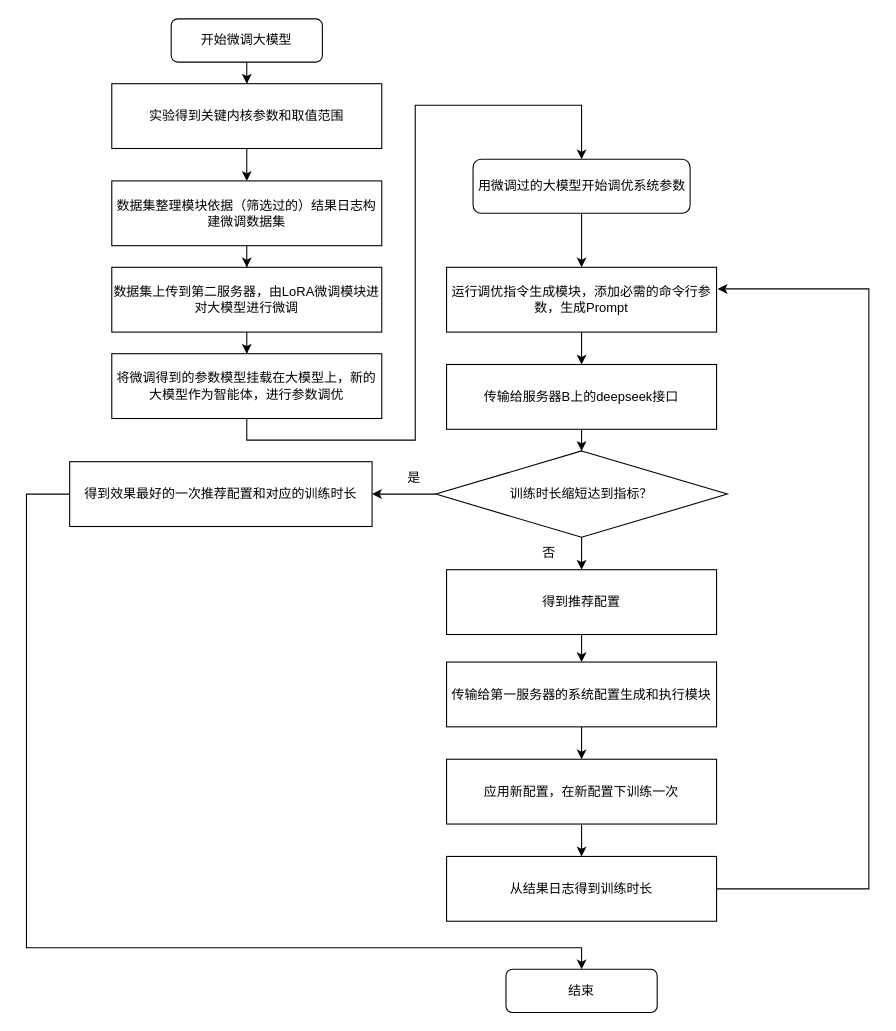
Dong-J93/_pictures keeps this draw.io diagram as page "第 7 页" (7 of 7) of Agent-1.drawio. Above is the earlier version. Source tidied: cells renumbered, new cells numbered last; positions are measured from the earlier drawing's top-left corner, leaving out a move shared by most shapes. Both pictures are drawn from the tidied source at 108%, with x=0, y=0 at pixel (26, 18).
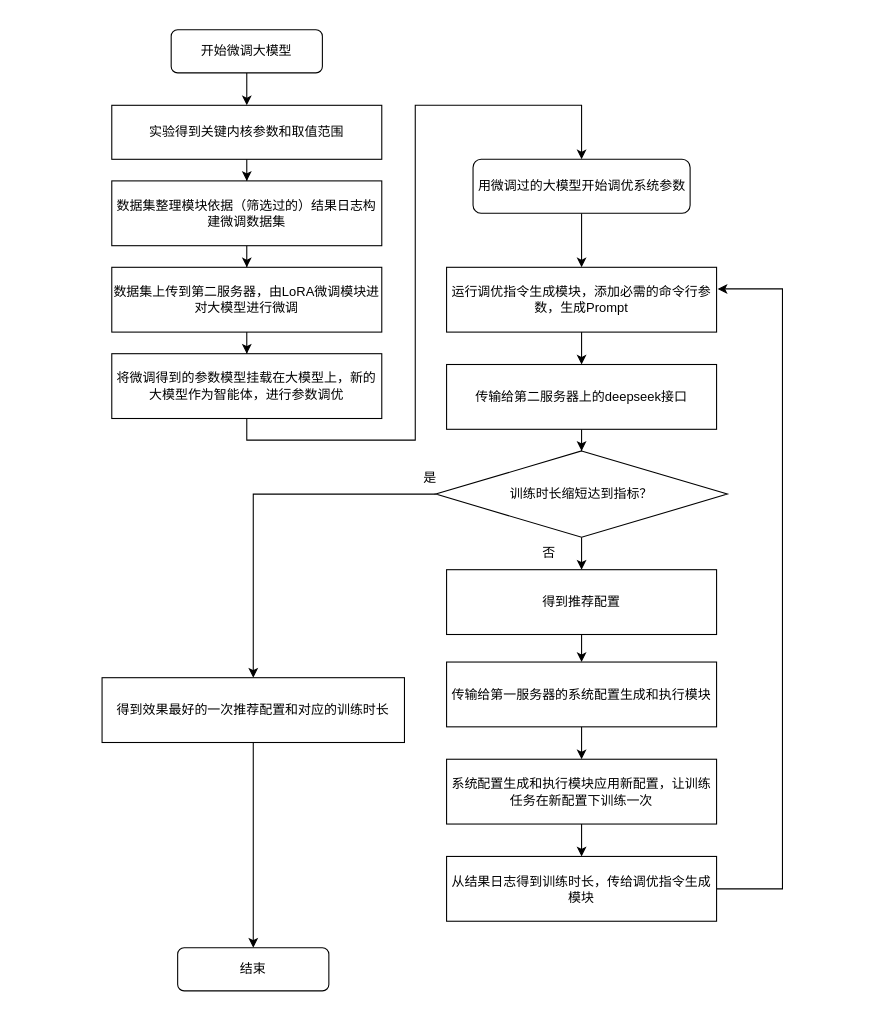
After the change.

The edit, as a diff of the source:
```diff
@@
-    <mxCell id="7" value="传输给服务器B上的deepseek接口" style="rounded=0;whiteSpace=wrap;html=1;" parent="1" vertex="1">
+    <mxCell id="7" value="传输给第二服务器上的deepseek接口" style="rounded=0;whiteSpace=wrap;html=1;" parent="1" vertex="1">
       <mxGeometry x="389" y="320" width="250" height="60" as="geometry" />
     </mxCell>
@@
-    <mxCell id="13" value="应用新配置，在新配置下训练一次" style="rounded=0;whiteSpace=wrap;html=1;" parent="1" vertex="1">
+    <mxCell id="13" value="系统配置生成和执行模块应用新配置，让训练任务在新配置下训练一次" style="rounded=0;whiteSpace=wrap;html=1;" parent="1" vertex="1">
       <mxGeometry x="389" y="685.5" width="250" height="60" as="geometry" />
     </mxCell>
     <mxCell id="14" style="edgeStyle=orthogonalEdgeStyle;rounded=0;jettySize=auto;html=1;" parent="1" edge="1" source="15">
       <mxGeometry relative="1" as="geometry">
         <mxPoint x="640" y="250" as="targetPoint" />
         <Array as="points">
-          <mxPoint x="780" y="805.5" />
-          <mxPoint x="780" y="250" />
+          <mxPoint x="700" y="806" />
+          <mxPoint x="700" y="250" />
         </Array>
       </mxGeometry>
     </mxCell>
-    <mxCell id="15" value="从结果日志得到训练时长" style="rounded=0;whiteSpace=wrap;html=1;" parent="1" vertex="1">
+    <mxCell id="15" value="从结果日志得到训练时长，传给调优指令生成模块" style="rounded=0;whiteSpace=wrap;html=1;" parent="1" vertex="1">
       <mxGeometry x="389" y="775.5" width="250" height="60" as="geometry" />
     </mxCell>
@@
     <mxCell id="20" value="是" style="text;html=1;align=center;verticalAlign=middle;whiteSpace=wrap;rounded=0;" parent="1" vertex="1">
-      <mxGeometry x="329" y="410" width="60" height="30" as="geometry" />
+      <mxGeometry x="344" y="410" width="60" height="30" as="geometry" />
     </mxCell>
     <mxCell id="21" style="edgeStyle=orthogonalEdgeStyle;rounded=0;jettySize=auto;html=1;" parent="1" edge="1" source="22" target="23">
       <mxGeometry relative="1" as="geometry">
         <Array as="points">
-          <mxPoint y="440" />
-          <mxPoint y="860" />
-          <mxPoint x="514" y="860" />
+          <mxPoint x="210" y="870" />
+          <mxPoint x="210" y="870" />
         </Array>
       </mxGeometry>
     </mxCell>
     <mxCell id="22" value="得到效果最好的一次推荐配置和对应的训练时长" style="rounded=0;whiteSpace=wrap;html=1;" parent="1" vertex="1">
-      <mxGeometry x="40" y="410" width="280" height="60" as="geometry" />
+      <mxGeometry x="70" y="610" width="280" height="60" as="geometry" />
     </mxCell>
     <mxCell id="23" value="&lt;font style=&quot;font-size: 12px;&quot;&gt;结束&lt;/font&gt;" style="rounded=1;whiteSpace=wrap;html=1;" parent="1" vertex="1">
-      <mxGeometry x="444" y="880" width="140" height="40" as="geometry" />
+      <mxGeometry x="140" y="860" width="140" height="40" as="geometry" />
     </mxCell>
@@
     <mxCell id="25" value="实验得到关键内核参数和取值范围" style="rounded=0;whiteSpace=wrap;html=1;" parent="1" vertex="1">
-      <mxGeometry x="79" y="60" width="250" height="60" as="geometry" />
+      <mxGeometry x="79" y="80" width="250" height="50" as="geometry" />
     </mxCell>
@@
     <mxCell id="33" value="&lt;font style=&quot;font-size: 12px;&quot;&gt;开始微调大模型&lt;/font&gt;" style="rounded=1;whiteSpace=wrap;html=1;" parent="1" vertex="1">
-      <mxGeometry x="134" width="140" height="40" as="geometry" />
+      <mxGeometry x="134" y="10" width="140" height="40" as="geometry" />
     </mxCell>
```
